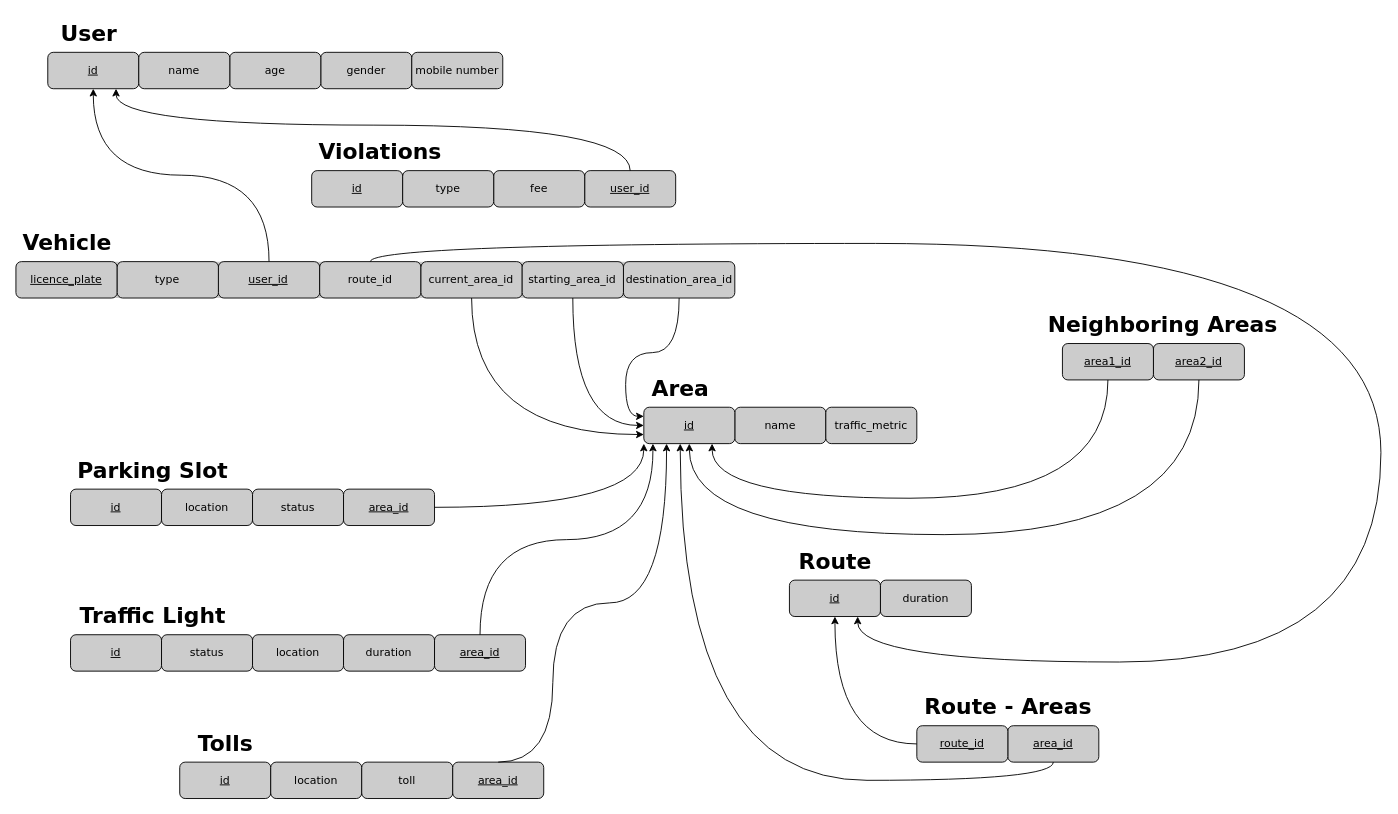
Earlier version of the draw.io diagram page "Relational Diagram" (2 of 7) of traffic-management.drawio (georgegito/smart-traffic-management-db). Source tidied: cells renumbered, new cells numbered last; positions are measured from the earlier drawing's top-left corner, leaving out a move shared by most shapes. Both pictures are drawn from the tidied source at 91%, with x=0, y=0 at pixel (15, 15).
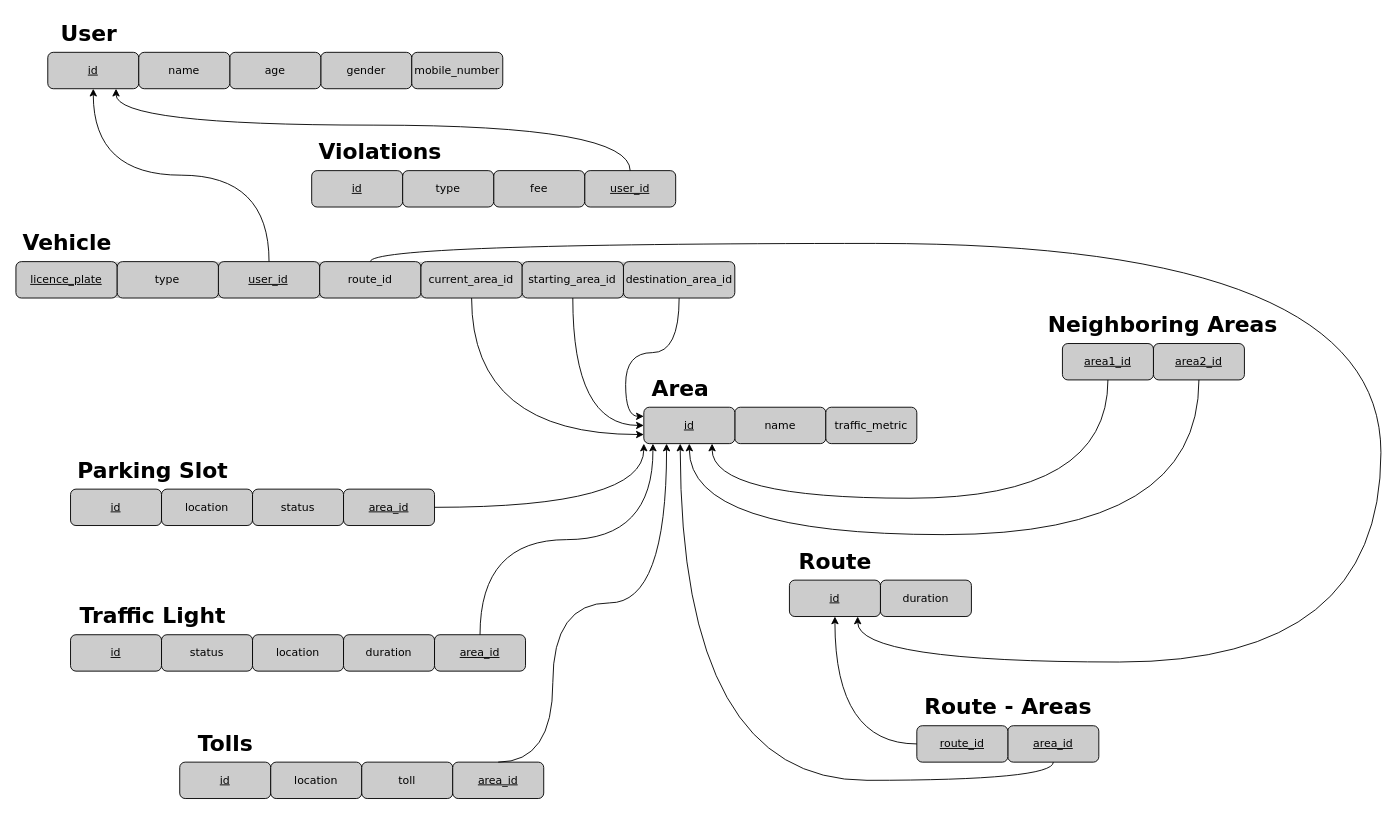
Above is the later version.

Unchanged cells that the change refers to:
```xml
<mxCell id="4" style="group;fontFamily=Verdana;" parent="3" vertex="1">
  <mxGeometry width="1160" height="770" as="geometry" />
</mxCell>
```

Change to the diagram source:
```diff
@@
-    <mxCell id="70" value="mobile number" style="whiteSpace=wrap;html=1;align=center;rounded=1;fillColor=#CCCCCC;fontFamily=Verdana;" parent="4" vertex="1">
+    <mxCell id="70" value="mobile_number" style="whiteSpace=wrap;html=1;align=center;rounded=1;fillColor=#CCCCCC;fontFamily=Verdana;" parent="4" vertex="1">
       <mxGeometry x="435" y="40" width="100" height="40" as="geometry" />
     </mxCell>
```
